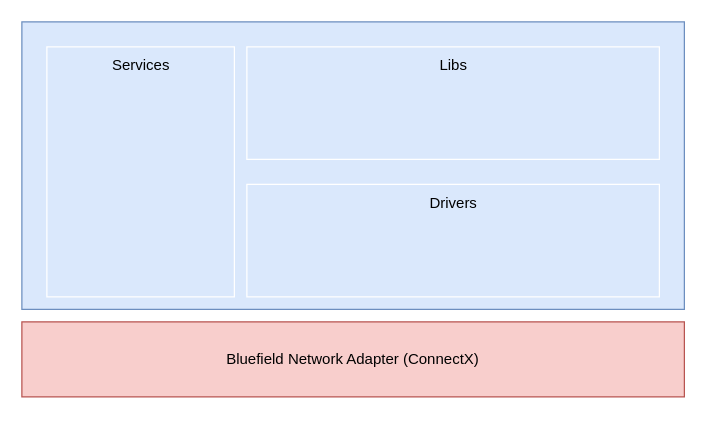
The draw.io diagram doca-framework.drawio in poetlife/diagrams, before the edit. Source tidied: cells renumbered, new cells numbered last; positions are measured from the earlier drawing's top-left corner, leaving out a move shared by most shapes. Both pictures are drawn from the tidied source at 125%, with x=0, y=0 at pixel (21, 21).
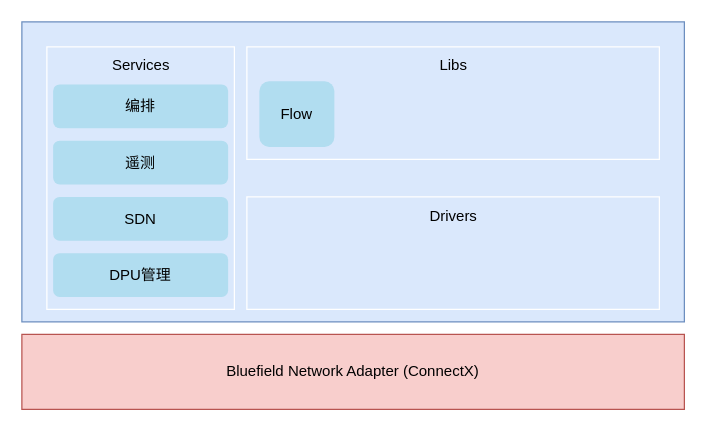
After the change.

What changed in the source:
```diff
@@
 <mxGraphModel>
   <root>
     <mxCell id="0" />
     <mxCell id="1" parent="0" />
     <mxCell id="2" value="Bluefield Network Adapter (ConnectX)" style="rounded=0;whiteSpace=wrap;html=1;fillColor=#f8cecc;strokeColor=#b85450;" parent="1" vertex="1">
-      <mxGeometry y="240" width="530" height="60" as="geometry" />
+      <mxGeometry y="250" width="530" height="60" as="geometry" />
     </mxCell>
     <mxCell id="3" style="rounded=0;whiteSpace=wrap;html=1;fillColor=#dae8fc;strokeColor=#6c8ebf;" parent="1" vertex="1">
-      <mxGeometry width="530" height="230" as="geometry" />
+      <mxGeometry width="530" height="240" as="geometry" />
     </mxCell>
     <mxCell id="4" style="rounded=0;whiteSpace=wrap;html=1;fillColor=none;strokeColor=#ffffff;" parent="1" vertex="1">
-      <mxGeometry x="20" y="20" width="150" height="200" as="geometry" />
+      <mxGeometry x="20" y="20" width="150" height="210" as="geometry" />
     </mxCell>
     <mxCell id="5" style="rounded=0;whiteSpace=wrap;html=1;fillColor=none;strokeColor=#ffffff;" parent="1" vertex="1">
-      <mxGeometry x="180" y="130" width="330" height="90" as="geometry" />
+      <mxGeometry x="180" y="140" width="330" height="90" as="geometry" />
     </mxCell>
     <mxCell id="6" style="rounded=0;whiteSpace=wrap;html=1;fillColor=none;strokeColor=#ffffff;" parent="1" vertex="1">
       <mxGeometry x="180" y="20" width="330" height="90" as="geometry" />
     </mxCell>
     <mxCell id="7" value="Services" style="text;html=1;align=center;verticalAlign=middle;strokeColor=none;fillColor=none;" parent="1" vertex="1">
       <mxGeometry x="60" y="20" width="70" height="30" as="geometry" />
     </mxCell>
     <mxCell id="8" value="Drivers" style="text;html=1;align=center;verticalAlign=middle;strokeColor=none;fillColor=none;" parent="1" vertex="1">
-      <mxGeometry x="315" y="130" width="60" height="30" as="geometry" />
+      <mxGeometry x="315" y="141" width="60" height="30" as="geometry" />
     </mxCell>
     <mxCell id="9" value="Libs" style="text;html=1;align=center;verticalAlign=middle;strokeColor=none;fillColor=none;" parent="1" vertex="1">
       <mxGeometry x="320" y="20" width="50" height="30" as="geometry" />
     </mxCell>
+    <mxCell id="10" value="编排" style="rounded=1;whiteSpace=wrap;html=1;fillColor=#b1ddf0;strokeColor=none;" parent="1" vertex="1">
+      <mxGeometry x="25" y="50" width="140" height="35" as="geometry" />
+    </mxCell>
+    <mxCell id="11" value="遥测" style="rounded=1;whiteSpace=wrap;html=1;fillColor=#b1ddf0;strokeColor=none;" parent="1" vertex="1">
+      <mxGeometry x="25" y="95" width="140" height="35" as="geometry" />
+    </mxCell>
+    <mxCell id="12" value="SDN" style="rounded=1;whiteSpace=wrap;html=1;fillColor=#b1ddf0;strokeColor=none;" parent="1" vertex="1">
+      <mxGeometry x="25" y="140" width="140" height="35" as="geometry" />
+    </mxCell>
+    <mxCell id="13" value="DPU管理" style="rounded=1;whiteSpace=wrap;html=1;fillColor=#b1ddf0;strokeColor=none;" parent="1" vertex="1">
+      <mxGeometry x="25" y="185" width="140" height="35" as="geometry" />
+    </mxCell>
+    <mxCell id="14" value="Flow" style="rounded=1;whiteSpace=wrap;html=1;fillColor=#b1ddf0;strokeColor=none;" parent="1" vertex="1">
+      <mxGeometry x="190" y="47.5" width="60" height="52.5" as="geometry" />
+    </mxCell>
   </root>
 </mxGraphModel>
```
